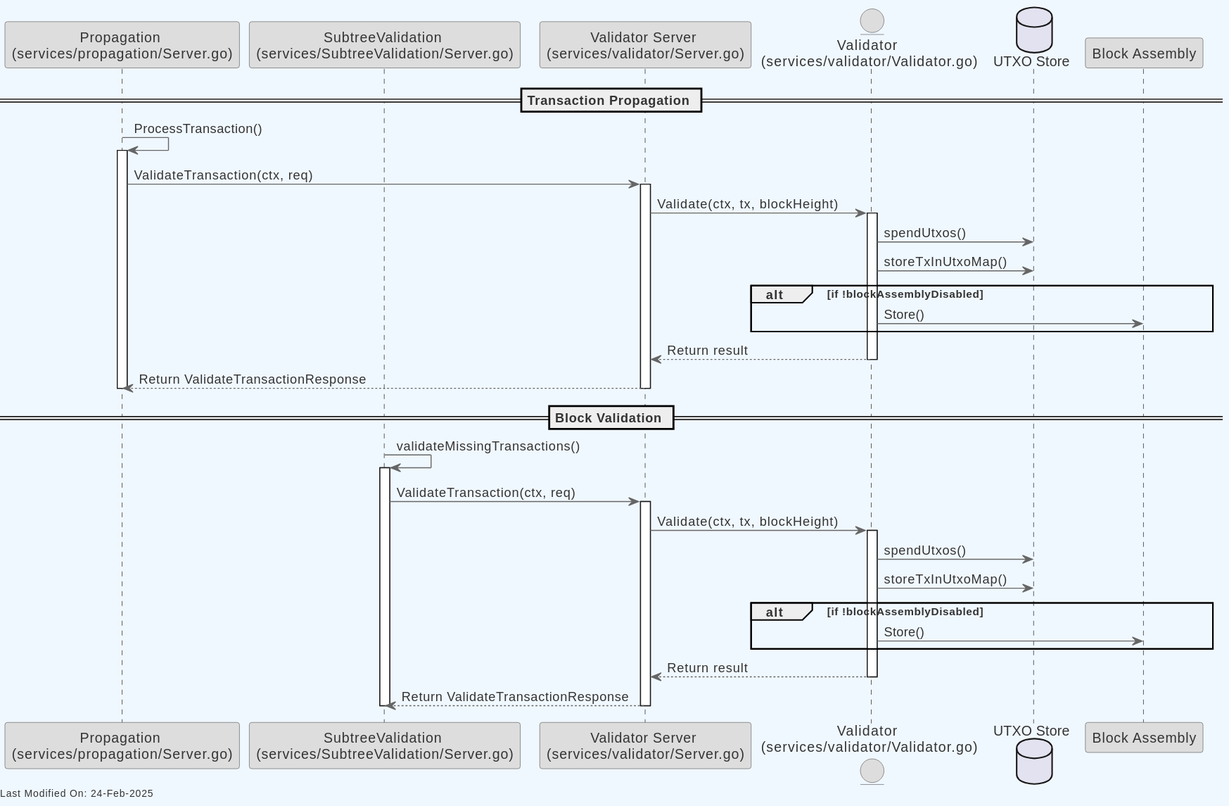
freemans13/teranode keeps this PlantUML diagram as docs/topics/services/img/plantuml/validator/tx_validation_request_process.svg. Above is the earlier version. Its source is kept beside it as docs/topics/services/img/plantuml/validator/tx_validation_request_process.puml.
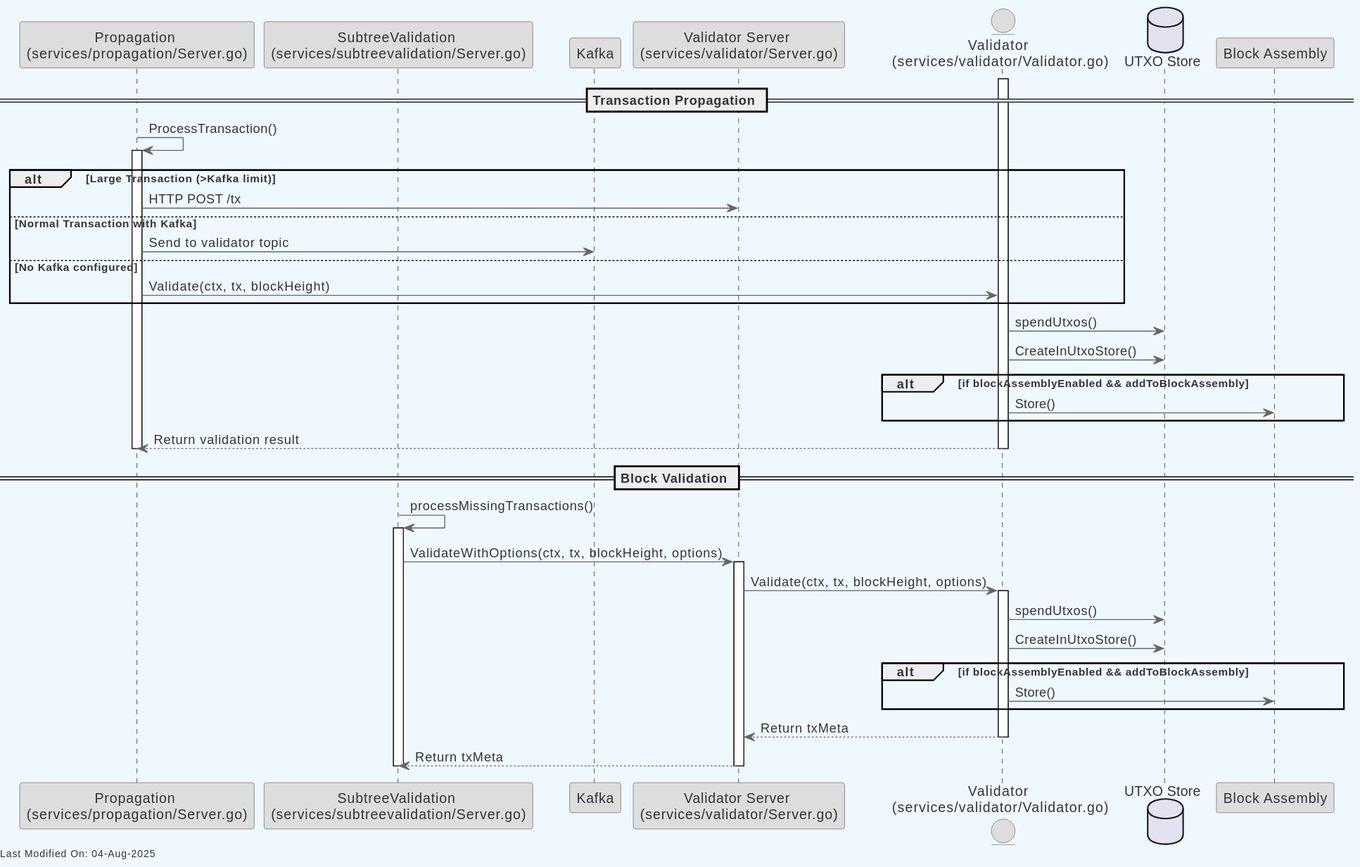
After the change.

What changed in the source:
```diff
@@ -21,7 +21,8 @@
 
 
 participant "Propagation \n(services/propagation/Server.go)" as Propagation
-participant "SubtreeValidation \n(services/SubtreeValidation/Server.go)" as SubtreeValidation
+participant "SubtreeValidation \n(services/subtreevalidation/Server.go)" as SubtreeValidation
+participant "Kafka" as Kafka
 participant "Validator Server \n(services/validator/Server.go)" as ValidatorServer
 entity "Validator \n(services/validator/Validator.go)" as Validator
 database "UTXO Store" as UTXOStore
@@ -30,36 +31,38 @@
 == Transaction Propagation ==
 Propagation -> Propagation: ProcessTransaction()
 activate Propagation
-Propagation -> ValidatorServer: ValidateTransaction(ctx, req)
-activate ValidatorServer
-ValidatorServer -> Validator: Validate(ctx, tx, blockHeight)
+alt Large Transaction (>Kafka limit)
+    Propagation -> ValidatorServer: HTTP POST /tx
+else Normal Transaction with Kafka
+    Propagation -> Kafka: Send to validator topic
+else No Kafka configured
+    Propagation -> Validator: Validate(ctx, tx, blockHeight)
+end
 activate Validator
 Validator -> UTXOStore: spendUtxos()
-Validator -> UTXOStore: storeTxInUtxoMap()
-alt if !blockAssemblyDisabled
+Validator -> UTXOStore: CreateInUtxoStore()
+alt if blockAssemblyEnabled && addToBlockAssembly
     Validator -> BlockAssembly: Store()
 end
-Validator --> ValidatorServer: Return result
+Validator --> Propagation: Return validation result
 deactivate Validator
-ValidatorServer --> Propagation: Return ValidateTransactionResponse
-deactivate ValidatorServer
 deactivate Propagation
 
 == Block Validation ==
-SubtreeValidation -> SubtreeValidation: validateMissingTransactions()
+SubtreeValidation -> SubtreeValidation: processMissingTransactions()
 activate SubtreeValidation
-SubtreeValidation -> ValidatorServer: ValidateTransaction(ctx, req)
+SubtreeValidation -> ValidatorServer: ValidateWithOptions(ctx, tx, blockHeight, options)
 activate ValidatorServer
-ValidatorServer -> Validator: Validate(ctx, tx, blockHeight)
+ValidatorServer -> Validator: Validate(ctx, tx, blockHeight, options)
 activate Validator
 Validator -> UTXOStore: spendUtxos()
-Validator -> UTXOStore: storeTxInUtxoMap()
-alt if !blockAssemblyDisabled
+Validator -> UTXOStore: CreateInUtxoStore()
+alt if blockAssemblyEnabled && addToBlockAssembly
     Validator -> BlockAssembly: Store()
 end
-Validator --> ValidatorServer: Return result
+Validator --> ValidatorServer: Return txMeta
 deactivate Validator
-ValidatorServer --> SubtreeValidation: Return ValidateTransactionResponse
+ValidatorServer --> SubtreeValidation: Return txMeta
 deactivate ValidatorServer
 deactivate SubtreeValidation
 
```
